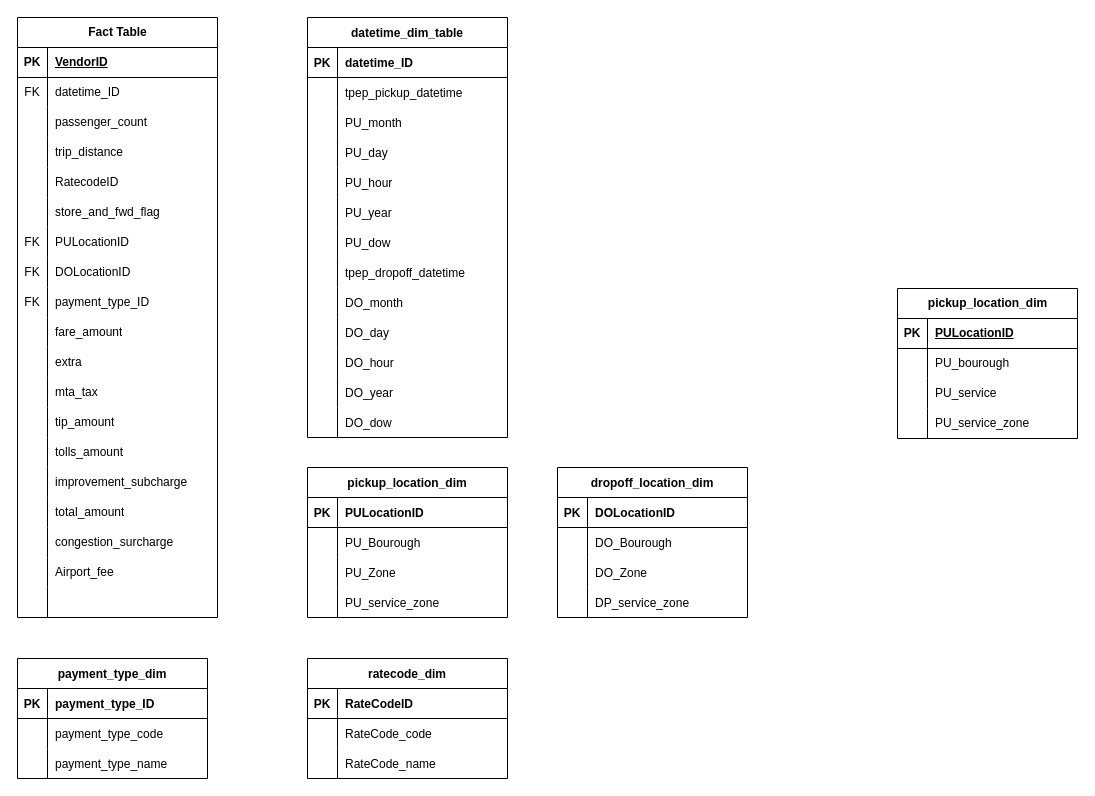
The draw.io diagram NYC_Taxi_Schema.drawio in peterychu/NYC-Taxi-Data-Anaysis, before the edit. Source tidied: cells renumbered, new cells numbered last; positions are measured from the earlier drawing's top-left corner, leaving out a move shared by most shapes. Both pictures are drawn from the tidied source at 100%, with x=0, y=0 at pixel (17, 17).
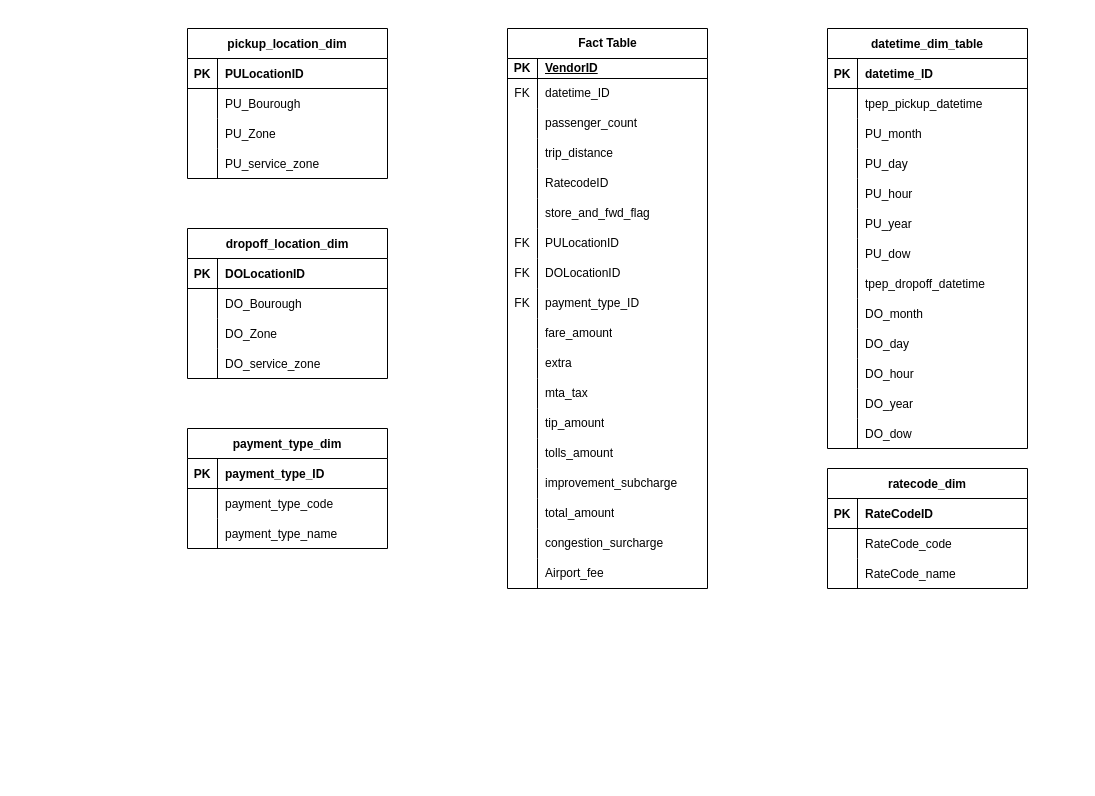
The same page after the edit.

Diff of the diagram source:
```diff
@@
     <mxCell id="2" value="datetime_dim_table" style="shape=table;startSize=30;childLayout=tableLayout;rowLines=0;fontStyle=1;align=center;" parent="1" vertex="1">
-      <mxGeometry x="290" width="200" height="420" as="geometry" />
+      <mxGeometry x="810" y="11" width="200" height="420" as="geometry" />
     </mxCell>
@@
     <mxCell id="42" value="Fact Table" style="shape=table;startSize=30;childLayout=tableLayout;rowLines=0;fontStyle=1;align=center;html=1;" parent="1" vertex="1">
-      <mxGeometry width="200" height="600" as="geometry" />
+      <mxGeometry x="490" y="11" width="200" height="560" as="geometry" />
     </mxCell>
     <mxCell id="43" style="shape=tableRow;horizontal=0;startSize=0;swimlaneHead=0;swimlaneBody=0;fillColor=none;top=0;left=0;right=0;bottom=1;" parent="42" vertex="1">
-      <mxGeometry y="30" width="200" height="30" as="geometry" />
+      <mxGeometry y="30" width="200" height="20" as="geometry" />
     </mxCell>
     <mxCell id="44" value="PK" style="shape=partialRectangle;fillColor=none;top=0;left=0;bottom=0;right=0;fontStyle=1;overflow=hidden;whiteSpace=wrap;html=1;" parent="43" vertex="1">
-      <mxGeometry width="30" height="30" as="geometry" />
+      <mxGeometry width="30" height="20" as="geometry" />
     </mxCell>
     <mxCell id="45" value="&lt;u&gt;VendorID&lt;/u&gt;" style="shape=partialRectangle;fillColor=none;top=0;left=0;bottom=0;right=0;align=left;spacingLeft=6;fontStyle=1;overflow=hidden;whiteSpace=wrap;html=1;" parent="43" vertex="1">
-      <mxGeometry x="30" width="170" height="30" as="geometry" />
+      <mxGeometry x="30" width="170" height="20" as="geometry" />
     </mxCell>
     <mxCell id="46" style="shape=tableRow;horizontal=0;startSize=0;swimlaneHead=0;swimlaneBody=0;fillColor=none;top=0;left=0;right=0;bottom=0;" parent="42" vertex="1">
-      <mxGeometry y="60" width="200" height="30" as="geometry" />
+      <mxGeometry y="50" width="200" height="30" as="geometry" />
     </mxCell>
@@
     <mxCell id="49" style="shape=tableRow;horizontal=0;startSize=0;swimlaneHead=0;swimlaneBody=0;fillColor=none;top=0;left=0;right=0;bottom=0;" parent="42" vertex="1">
-      <mxGeometry y="90" width="200" height="30" as="geometry" />
+      <mxGeometry y="80" width="200" height="30" as="geometry" />
     </mxCell>
@@
     <mxCell id="52" style="shape=tableRow;horizontal=0;startSize=0;swimlaneHead=0;swimlaneBody=0;fillColor=none;top=0;left=0;right=0;bottom=0;" parent="42" vertex="1">
-      <mxGeometry y="120" width="200" height="30" as="geometry" />
+      <mxGeometry y="110" width="200" height="30" as="geometry" />
     </mxCell>
@@
     <mxCell id="55" style="shape=tableRow;horizontal=0;startSize=0;swimlaneHead=0;swimlaneBody=0;fillColor=none;top=0;left=0;right=0;bottom=0;" parent="42" vertex="1">
-      <mxGeometry y="150" width="200" height="30" as="geometry" />
+      <mxGeometry y="140" width="200" height="30" as="geometry" />
     </mxCell>
@@
     <mxCell id="58" style="shape=tableRow;horizontal=0;startSize=0;swimlaneHead=0;swimlaneBody=0;fillColor=none;top=0;left=0;right=0;bottom=0;" parent="42" vertex="1">
-      <mxGeometry y="180" width="200" height="30" as="geometry" />
+      <mxGeometry y="170" width="200" height="30" as="geometry" />
     </mxCell>
@@
     <mxCell id="61" style="shape=tableRow;horizontal=0;startSize=0;swimlaneHead=0;swimlaneBody=0;fillColor=none;top=0;left=0;right=0;bottom=0;" parent="42" vertex="1">
-      <mxGeometry y="210" width="200" height="30" as="geometry" />
+      <mxGeometry y="200" width="200" height="30" as="geometry" />
     </mxCell>
@@
     <mxCell id="64" style="shape=tableRow;horizontal=0;startSize=0;swimlaneHead=0;swimlaneBody=0;fillColor=none;top=0;left=0;right=0;bottom=0;" parent="42" vertex="1">
-      <mxGeometry y="240" width="200" height="30" as="geometry" />
+      <mxGeometry y="230" width="200" height="30" as="geometry" />
     </mxCell>
@@
     <mxCell id="67" style="shape=tableRow;horizontal=0;startSize=0;swimlaneHead=0;swimlaneBody=0;fillColor=none;top=0;left=0;right=0;bottom=0;" parent="42" vertex="1">
-      <mxGeometry y="270" width="200" height="30" as="geometry" />
+      <mxGeometry y="260" width="200" height="30" as="geometry" />
     </mxCell>
@@
     <mxCell id="70" style="shape=tableRow;horizontal=0;startSize=0;swimlaneHead=0;swimlaneBody=0;fillColor=none;top=0;left=0;right=0;bottom=0;" parent="42" vertex="1">
-      <mxGeometry y="300" width="200" height="30" as="geometry" />
+      <mxGeometry y="290" width="200" height="30" as="geometry" />
     </mxCell>
@@
     <mxCell id="73" style="shape=tableRow;horizontal=0;startSize=0;swimlaneHead=0;swimlaneBody=0;fillColor=none;top=0;left=0;right=0;bottom=0;" parent="42" vertex="1">
-      <mxGeometry y="330" width="200" height="30" as="geometry" />
+      <mxGeometry y="320" width="200" height="30" as="geometry" />
     </mxCell>
@@
     <mxCell id="76" style="shape=tableRow;horizontal=0;startSize=0;swimlaneHead=0;swimlaneBody=0;fillColor=none;top=0;left=0;right=0;bottom=0;" parent="42" vertex="1">
-      <mxGeometry y="360" width="200" height="30" as="geometry" />
+      <mxGeometry y="350" width="200" height="30" as="geometry" />
     </mxCell>
@@
     <mxCell id="79" style="shape=tableRow;horizontal=0;startSize=0;swimlaneHead=0;swimlaneBody=0;fillColor=none;top=0;left=0;right=0;bottom=0;" parent="42" vertex="1">
-      <mxGeometry y="390" width="200" height="30" as="geometry" />
+      <mxGeometry y="380" width="200" height="30" as="geometry" />
     </mxCell>
@@
     <mxCell id="82" style="shape=tableRow;horizontal=0;startSize=0;swimlaneHead=0;swimlaneBody=0;fillColor=none;top=0;left=0;right=0;bottom=0;" parent="42" vertex="1">
-      <mxGeometry y="420" width="200" height="30" as="geometry" />
+      <mxGeometry y="410" width="200" height="30" as="geometry" />
     </mxCell>
@@
     <mxCell id="85" style="shape=tableRow;horizontal=0;startSize=0;swimlaneHead=0;swimlaneBody=0;fillColor=none;top=0;left=0;right=0;bottom=0;" parent="42" vertex="1">
-      <mxGeometry y="450" width="200" height="30" as="geometry" />
+      <mxGeometry y="440" width="200" height="30" as="geometry" />
     </mxCell>
@@
     <mxCell id="88" style="shape=tableRow;horizontal=0;startSize=0;swimlaneHead=0;swimlaneBody=0;fillColor=none;top=0;left=0;right=0;bottom=0;" parent="42" vertex="1">
-      <mxGeometry y="480" width="200" height="30" as="geometry" />
+      <mxGeometry y="470" width="200" height="30" as="geometry" />
     </mxCell>
@@
     <mxCell id="91" style="shape=tableRow;horizontal=0;startSize=0;swimlaneHead=0;swimlaneBody=0;fillColor=none;top=0;left=0;right=0;bottom=0;" parent="42" vertex="1">
-      <mxGeometry y="510" width="200" height="30" as="geometry" />
+      <mxGeometry y="500" width="200" height="30" as="geometry" />
     </mxCell>
@@
     <mxCell id="94" style="shape=tableRow;horizontal=0;startSize=0;swimlaneHead=0;swimlaneBody=0;fillColor=none;top=0;left=0;right=0;bottom=0;" parent="42" vertex="1">
-      <mxGeometry y="540" width="200" height="30" as="geometry" />
+      <mxGeometry y="530" width="200" height="30" as="geometry" />
     </mxCell>
@@
-    <mxCell id="97" style="shape=tableRow;horizontal=0;startSize=0;swimlaneHead=0;swimlaneBody=0;fillColor=none;top=0;left=0;right=0;bottom=0;" parent="42" vertex="1">
-      <mxGeometry y="570" width="200" height="30" as="geometry" />
-    </mxCell>
-    <mxCell id="98" style="shape=partialRectangle;fillColor=none;top=0;left=0;bottom=0;right=0;overflow=hidden;whiteSpace=wrap;html=1;" parent="97" vertex="1">
-      <mxGeometry width="30" height="30" as="geometry" />
-    </mxCell>
-    <mxCell id="99" style="shape=partialRectangle;fillColor=none;top=0;left=0;bottom=0;right=0;align=left;spacingLeft=6;overflow=hidden;whiteSpace=wrap;html=1;" parent="97" vertex="1">
-      <mxGeometry x="30" width="170" height="30" as="geometry" />
-    </mxCell>
-    <mxCell id="100" value="pickup_location_dim" style="shape=table;startSize=30;childLayout=tableLayout;rowLines=0;fontStyle=1;align=center;html=1;" parent="1" vertex="1">
-      <mxGeometry x="880" y="271" width="180" height="150" as="geometry" />
-    </mxCell>
-    <mxCell id="101" style="shape=tableRow;horizontal=0;startSize=0;swimlaneHead=0;swimlaneBody=0;fillColor=none;top=0;left=0;right=0;bottom=1;" parent="100" vertex="1">
-      <mxGeometry y="30" width="180" height="30" as="geometry" />
-    </mxCell>
-    <mxCell id="102" value="PK" style="shape=partialRectangle;fillColor=none;top=0;left=0;bottom=0;right=0;fontStyle=1;overflow=hidden;whiteSpace=wrap;html=1;" parent="101" vertex="1">
-      <mxGeometry width="30" height="30" as="geometry" />
-    </mxCell>
-    <mxCell id="103" value="PULocationID" style="shape=partialRectangle;fillColor=none;top=0;left=0;bottom=0;right=0;align=left;spacingLeft=6;fontStyle=5;overflow=hidden;whiteSpace=wrap;html=1;" parent="101" vertex="1">
-      <mxGeometry x="30" width="150" height="30" as="geometry" />
-    </mxCell>
-    <mxCell id="104" style="shape=tableRow;horizontal=0;startSize=0;swimlaneHead=0;swimlaneBody=0;fillColor=none;top=0;left=0;right=0;bottom=0;" parent="100" vertex="1">
-      <mxGeometry y="60" width="180" height="30" as="geometry" />
-    </mxCell>
-    <mxCell id="105" value="&lt;span style=&quot;white-space: pre;&quot;&gt;&#9;&lt;/span&gt;" style="shape=partialRectangle;fillColor=none;top=0;left=0;bottom=0;right=0;overflow=hidden;whiteSpace=wrap;html=1;" parent="104" vertex="1">
-      <mxGeometry width="30" height="30" as="geometry" />
-    </mxCell>
-    <mxCell id="106" value="PU_bourough" style="shape=partialRectangle;fillColor=none;top=0;left=0;bottom=0;right=0;align=left;spacingLeft=6;overflow=hidden;whiteSpace=wrap;html=1;" parent="104" vertex="1">
-      <mxGeometry x="30" width="150" height="30" as="geometry" />
-    </mxCell>
-    <mxCell id="107" style="shape=tableRow;horizontal=0;startSize=0;swimlaneHead=0;swimlaneBody=0;fillColor=none;top=0;left=0;right=0;bottom=0;" parent="100" vertex="1">
-      <mxGeometry y="90" width="180" height="30" as="geometry" />
-    </mxCell>
-    <mxCell id="108" style="shape=partialRectangle;fillColor=none;top=0;left=0;bottom=0;right=0;overflow=hidden;whiteSpace=wrap;html=1;" parent="107" vertex="1">
-      <mxGeometry width="30" height="30" as="geometry" />
-    </mxCell>
-    <mxCell id="109" value="PU_service" style="shape=partialRectangle;fillColor=none;top=0;left=0;bottom=0;right=0;align=left;spacingLeft=6;overflow=hidden;whiteSpace=wrap;html=1;" parent="107" vertex="1">
-      <mxGeometry x="30" width="150" height="30" as="geometry" />
-    </mxCell>
-    <mxCell id="110" style="shape=tableRow;horizontal=0;startSize=0;swimlaneHead=0;swimlaneBody=0;fillColor=none;top=0;left=0;right=0;bottom=0;" parent="100" vertex="1">
-      <mxGeometry y="120" width="180" height="30" as="geometry" />
-    </mxCell>
-    <mxCell id="111" style="shape=partialRectangle;fillColor=none;top=0;left=0;bottom=0;right=0;overflow=hidden;whiteSpace=wrap;html=1;" parent="110" vertex="1">
-      <mxGeometry width="30" height="30" as="geometry" />
-    </mxCell>
-    <mxCell id="112" value="PU_service_zone" style="shape=partialRectangle;fillColor=none;top=0;left=0;bottom=0;right=0;align=left;spacingLeft=6;overflow=hidden;whiteSpace=wrap;html=1;" parent="110" vertex="1">
-      <mxGeometry x="30" width="150" height="30" as="geometry" />
-    </mxCell>
     <mxCell id="113" value="payment_type_dim" style="shape=table;startSize=30;childLayout=tableLayout;rowLines=0;fontStyle=1;align=center;" parent="1" vertex="1">
-      <mxGeometry y="641" width="190" height="120" as="geometry" />
+      <mxGeometry x="170" y="411" width="200" height="120" as="geometry" />
     </mxCell>
     <mxCell id="114" style="shape=partialRectangle;fillColor=none;top=0;left=0;right=0;bottom=1;" parent="113" vertex="1">
-      <mxGeometry y="30" width="190" height="30" as="geometry" />
+      <mxGeometry y="30" width="200" height="30" as="geometry" />
     </mxCell>
@@
     <mxCell id="116" value="payment_type_ID" style="shape=partialRectangle;overflow=hidden;fillColor=none;top=0;left=0;bottom=0;right=0;align=left;spacingLeft=6;fontStyle=1;" parent="114" vertex="1">
-      <mxGeometry x="30" width="160" height="30" as="geometry" />
+      <mxGeometry x="30" width="170" height="30" as="geometry" />
     </mxCell>
     <mxCell id="117" style="shape=partialRectangle;fillColor=none;top=0;left=0;right=0;bottom=0;" parent="113" vertex="1">
-      <mxGeometry y="60" width="190" height="30" as="geometry" />
+      <mxGeometry y="60" width="200" height="30" as="geometry" />
     </mxCell>
@@
     <mxCell id="119" value="payment_type_code" style="shape=partialRectangle;overflow=hidden;fillColor=none;top=0;left=0;bottom=0;right=0;align=left;spacingLeft=6;" parent="117" vertex="1">
-      <mxGeometry x="30" width="160" height="30" as="geometry" />
+      <mxGeometry x="30" width="170" height="30" as="geometry" />
     </mxCell>
     <mxCell id="120" style="shape=partialRectangle;fillColor=none;top=0;left=0;right=0;bottom=0;" parent="113" vertex="1">
-      <mxGeometry y="90" width="190" height="30" as="geometry" />
+      <mxGeometry y="90" width="200" height="30" as="geometry" />
     </mxCell>
@@
     <mxCell id="122" value="payment_type_name" style="shape=partialRectangle;overflow=hidden;fillColor=none;top=0;left=0;bottom=0;right=0;align=left;spacingLeft=6;" parent="120" vertex="1">
-      <mxGeometry x="30" width="160" height="30" as="geometry" />
+      <mxGeometry x="30" width="170" height="30" as="geometry" />
     </mxCell>
     <mxCell id="123" value="pickup_location_dim" style="shape=table;startSize=30;childLayout=tableLayout;rowLines=0;fontStyle=1;align=center;" parent="1" vertex="1">
-      <mxGeometry x="290" y="450" width="200" height="150" as="geometry" />
+      <mxGeometry x="170" y="11" width="200" height="150" as="geometry" />
     </mxCell>
@@
     <mxCell id="136" value="dropoff_location_dim" style="shape=table;startSize=30;childLayout=tableLayout;rowLines=0;fontStyle=1;align=center;" parent="1" vertex="1">
-      <mxGeometry x="540" y="450" width="190" height="150" as="geometry" />
+      <mxGeometry x="170" y="211" width="200" height="150" as="geometry" />
     </mxCell>
     <mxCell id="137" style="shape=partialRectangle;fillColor=none;top=0;left=0;right=0;bottom=1;" parent="136" vertex="1">
-      <mxGeometry y="30" width="190" height="30" as="geometry" />
+      <mxGeometry y="30" width="200" height="30" as="geometry" />
     </mxCell>
@@
     <mxCell id="139" value="DOLocationID" style="shape=partialRectangle;overflow=hidden;fillColor=none;top=0;left=0;bottom=0;right=0;align=left;spacingLeft=6;fontStyle=1;" parent="137" vertex="1">
-      <mxGeometry x="30" width="160" height="30" as="geometry" />
+      <mxGeometry x="30" width="170" height="30" as="geometry" />
     </mxCell>
     <mxCell id="140" style="shape=partialRectangle;fillColor=none;top=0;left=0;right=0;bottom=0;" parent="136" vertex="1">
-      <mxGeometry y="60" width="190" height="30" as="geometry" />
+      <mxGeometry y="60" width="200" height="30" as="geometry" />
     </mxCell>
@@
     <mxCell id="142" value="DO_Bourough" style="shape=partialRectangle;overflow=hidden;fillColor=none;top=0;left=0;bottom=0;right=0;align=left;spacingLeft=6;" parent="140" vertex="1">
-      <mxGeometry x="30" width="160" height="30" as="geometry" />
+      <mxGeometry x="30" width="170" height="30" as="geometry" />
     </mxCell>
     <mxCell id="143" style="shape=partialRectangle;fillColor=none;top=0;left=0;right=0;bottom=0;" parent="136" vertex="1">
-      <mxGeometry y="90" width="190" height="30" as="geometry" />
+      <mxGeometry y="90" width="200" height="30" as="geometry" />
     </mxCell>
@@
     <mxCell id="145" value="DO_Zone" style="shape=partialRectangle;overflow=hidden;fillColor=none;top=0;left=0;bottom=0;right=0;align=left;spacingLeft=6;" parent="143" vertex="1">
-      <mxGeometry x="30" width="160" height="30" as="geometry" />
+      <mxGeometry x="30" width="170" height="30" as="geometry" />
     </mxCell>
     <mxCell id="146" style="shape=partialRectangle;fillColor=none;top=0;left=0;right=0;bottom=0;" parent="136" vertex="1">
-      <mxGeometry y="120" width="190" height="30" as="geometry" />
+      <mxGeometry y="120" width="200" height="30" as="geometry" />
     </mxCell>
@@
-    <mxCell id="148" value="DP_service_zone" style="shape=partialRectangle;overflow=hidden;fillColor=none;top=0;left=0;bottom=0;right=0;align=left;spacingLeft=6;" parent="146" vertex="1">
-      <mxGeometry x="30" width="160" height="30" as="geometry" />
+    <mxCell id="148" value="DO_service_zone" style="shape=partialRectangle;overflow=hidden;fillColor=none;top=0;left=0;bottom=0;right=0;align=left;spacingLeft=6;" parent="146" vertex="1">
+      <mxGeometry x="30" width="170" height="30" as="geometry" />
     </mxCell>
     <mxCell id="149" value="ratecode_dim" style="shape=table;startSize=30;childLayout=tableLayout;rowLines=0;fontStyle=1;align=center;" parent="1" vertex="1">
-      <mxGeometry x="290" y="641" width="200" height="120" as="geometry" />
+      <mxGeometry x="810" y="451" width="200" height="120" as="geometry" />
     </mxCell>
```
